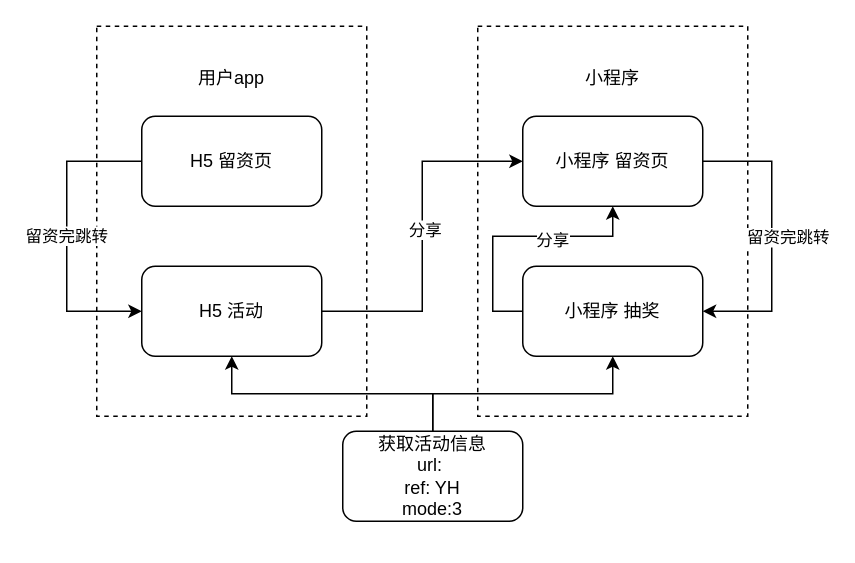
The draw.io diagram 未命名绘图.drawio in YouAnCao/doc, before the edit. Source tidied: cells renumbered, new cells numbered last; positions are measured from the earlier drawing's top-left corner, leaving out a move shared by most shapes. Both pictures are drawn from the tidied source at 150%, with x=0, y=0 at pixel (66, 26).
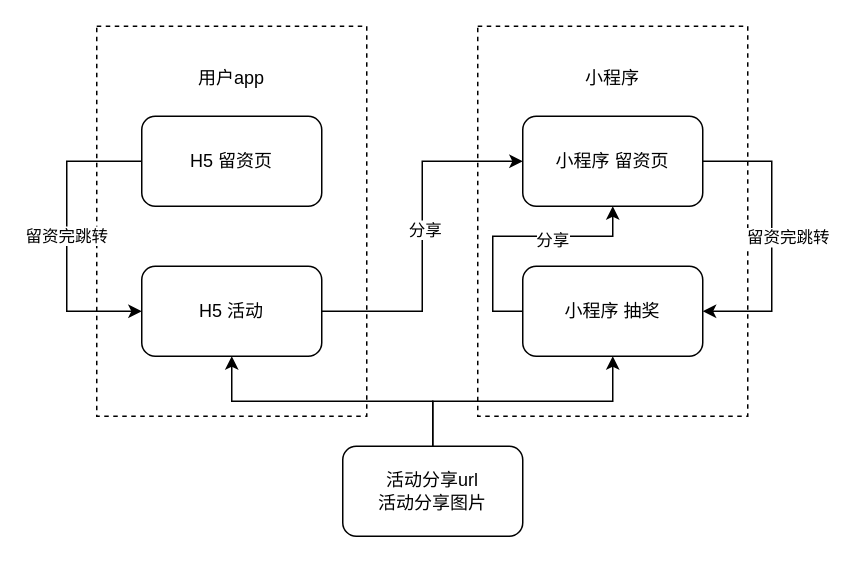
The same diagram, later.

Change to the diagram source:
```diff
@@
-    <mxCell id="19" value="获取活动信息&lt;br&gt;url:&amp;nbsp;&lt;br&gt;ref: YH&lt;br&gt;mode:3" style="rounded=1;whiteSpace=wrap;html=1;" parent="1" vertex="1">
-      <mxGeometry x="184" y="270" width="120" height="60" as="geometry" />
+    <mxCell id="19" value="活动分享url&lt;br&gt;活动分享图片" style="rounded=1;whiteSpace=wrap;html=1;" parent="1" vertex="1">
+      <mxGeometry x="184" y="280" width="120" height="60" as="geometry" />
     </mxCell>
```
